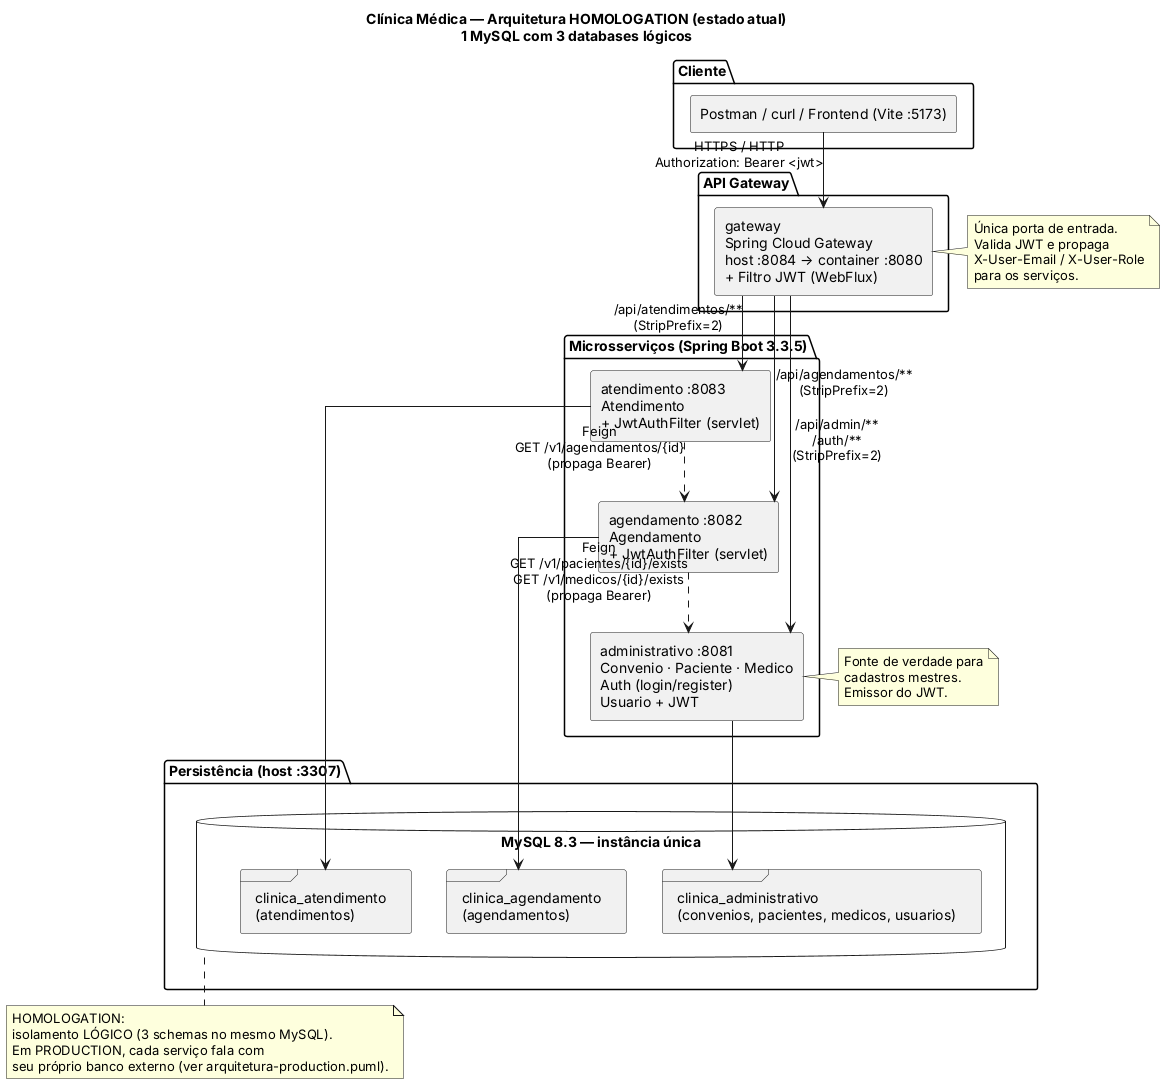
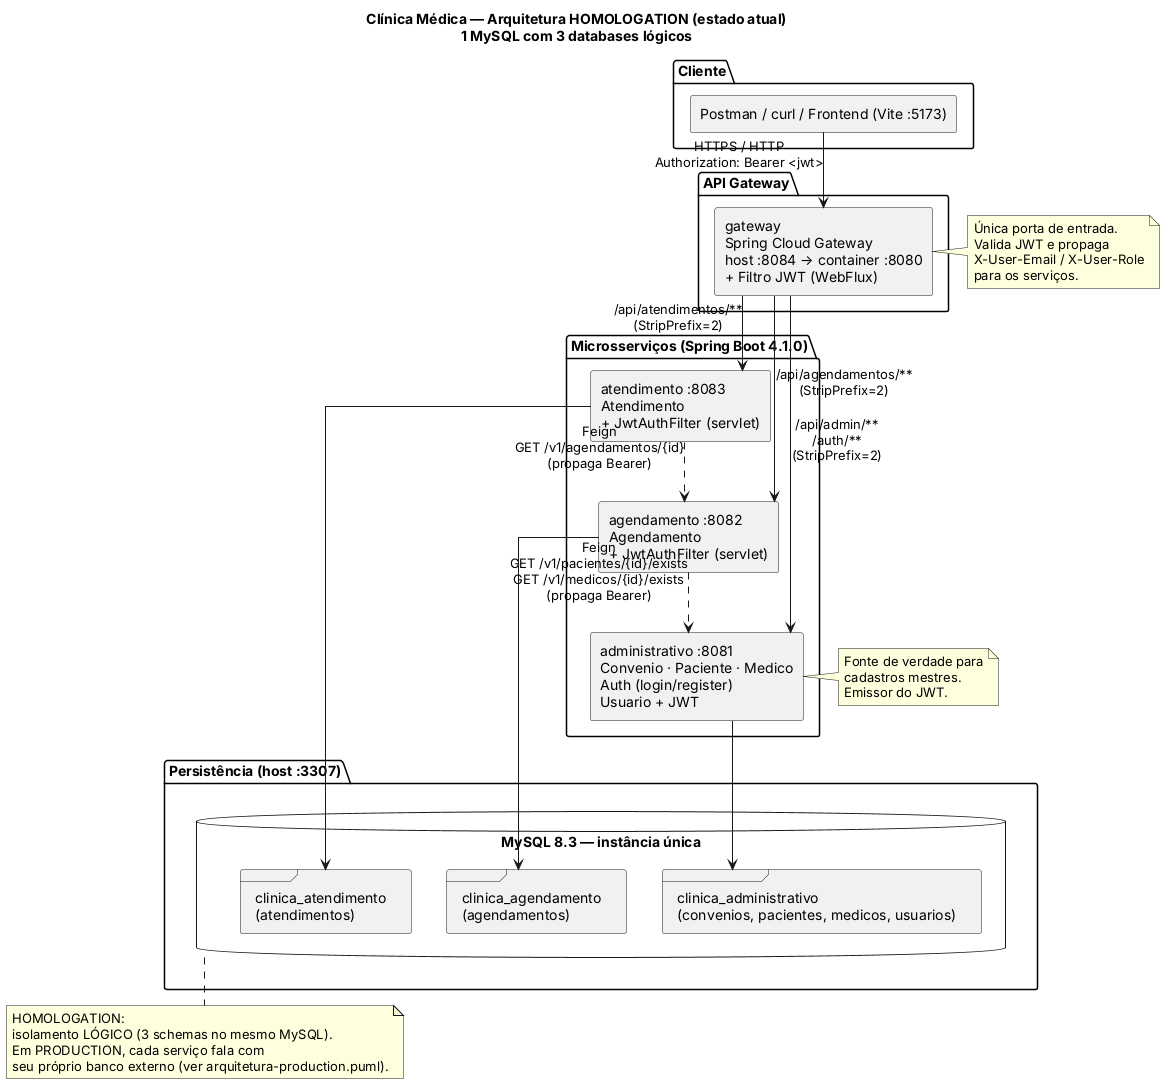
@startuml ArquiteturaHomologation

title Clínica Médica — Arquitetura HOMOLOGATION (estado atual)\n1 MySQL com 3 databases lógicos

skinparam componentStyle rectangle
skinparam linetype ortho
skinparam shadowing false
skinparam defaultFontName "Inter"

package "Cliente" {
    [Postman / curl / Frontend (Vite :5173)] as cliente
}

package "API Gateway" {
    component "gateway\nSpring Cloud Gateway\nhost :8084 → container :8080\n+ Filtro JWT (WebFlux)" as gw
}

- package "Microsserviços (Spring Boot 3.3.5)" {
+ package "Microsserviços (Spring Boot 4.1.0)" {
    component "administrativo :8081\nConvenio · Paciente · Medico\nAuth (login/register)\nUsuario + JWT" as adm
    component "agendamento :8082\nAgendamento\n+ JwtAuthFilter (servlet)" as ag
    component "atendimento :8083\nAtendimento\n+ JwtAuthFilter (servlet)" as at
}

package "Persistência (host :3307)" {
    database "MySQL 8.3 — instância única" as mysql {
        frame "clinica_administrativo\n(convenios, pacientes, medicos, usuarios)" as schema_adm
        frame "clinica_agendamento\n(agendamentos)" as schema_ag
        frame "clinica_atendimento\n(atendimentos)" as schema_at
    }
}

cliente --> gw : HTTPS / HTTP\nAuthorization: Bearer <jwt>

gw --> adm : /api/admin/**\n/auth/**\n(StripPrefix=2)
gw --> ag  : /api/agendamentos/**\n(StripPrefix=2)
gw --> at  : /api/atendimentos/**\n(StripPrefix=2)

ag ..> adm : Feign\nGET /v1/pacientes/{id}/exists\nGET /v1/medicos/{id}/exists\n(propaga Bearer)
at ..> ag  : Feign\nGET /v1/agendamentos/{id}\n(propaga Bearer)

adm --> schema_adm
ag  --> schema_ag
at  --> schema_at

note right of gw
  Única porta de entrada.
  Valida JWT e propaga
  X-User-Email / X-User-Role
  para os serviços.
end note

note bottom of mysql
  HOMOLOGATION:
  isolamento LÓGICO (3 schemas no mesmo MySQL).
  Em PRODUCTION, cada serviço fala com
  seu próprio banco externo (ver arquitetura-production.puml).
end note

note left of adm
  Fonte de verdade para
  cadastros mestres.
  Emissor do JWT.
end note

@enduml
